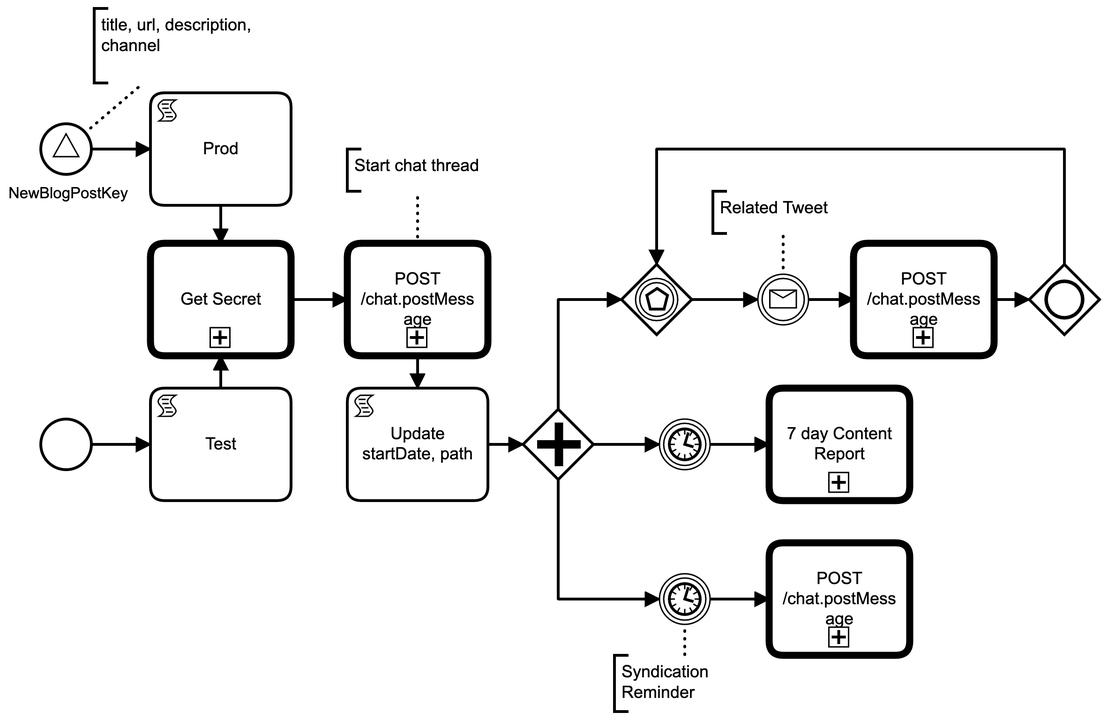
This is workflows/AnnounceBlog.png from tomlarkworthy/camunda-tools, a BPMN export, as it was before one commit. Its source is kept beside it as workflows/AnnounceBlog.bpmn. Ids are renumbered.
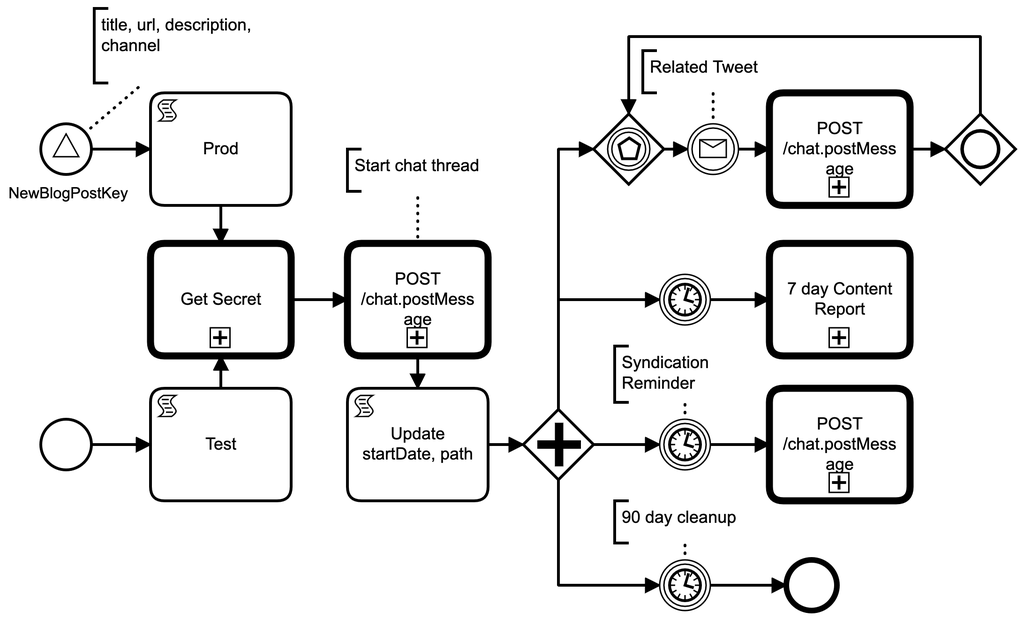
Above is the later version.

Change to the diagram source:
```diff
@@ -18,7 +18,7 @@
       <bpmn:incoming>Flow_n10</bpmn:incoming>
       <bpmn:outgoing>Flow_n11</bpmn:outgoing>
       <bpmn:timerEventDefinition id="TimerEventDefinition_n12">
-        <bpmn:timeDate xsi:type="bpmn:tFormalExpression">P3W</bpmn:timeDate>
+        <bpmn:timeDuration xsi:type="bpmn:tFormalExpression">P3W</bpmn:timeDuration>
       </bpmn:timerEventDefinition>
     </bpmn:intermediateCatchEvent>
     <bpmn:callActivity id="Activity_n13" name="POST /chat.postMessage" camunda:modelerTemplate="POST-/chat.postMessage" calledElement="ApiClient">
@@ -984,9 +984,9 @@
     execution.setVariable("channel",  "content-creators")
 }</bpmn:script>
     </bpmn:scriptTask>
-    <bpmn:eventBasedGateway id="Gateway_n22">
-      <bpmn:incoming>Flow_n23</bpmn:incoming>
+    <bpmn:eventBasedGateway id="EventGateway">
       <bpmn:incoming>Flow_n24</bpmn:incoming>
+      <bpmn:incoming>Flow_n44</bpmn:incoming>
       <bpmn:outgoing>Flow_n25</bpmn:outgoing>
     </bpmn:eventBasedGateway>
     <bpmn:intermediateCatchEvent id="Event_n26">
@@ -994,27 +994,23 @@
       <bpmn:outgoing>Flow_n20</bpmn:outgoing>
       <bpmn:messageEventDefinition id="MessageEventDefinition_n27" messageRef="Message_n28" />
     </bpmn:intermediateCatchEvent>
-    <bpmn:sequenceFlow id="Flow_n25" sourceRef="Gateway_n22" targetRef="Event_n26" />
+    <bpmn:sequenceFlow id="Flow_n25" sourceRef="EventGateway" targetRef="Event_n26" />
     <bpmn:sequenceFlow id="Flow_n20" sourceRef="Event_n26" targetRef="Activity_n19" />
     <bpmn:sequenceFlow id="Flow_n21" sourceRef="Activity_n19" targetRef="Gateway_n29" />
-    <bpmn:sequenceFlow id="Flow_n23" sourceRef="Gateway_n29" targetRef="Gateway_n22" />
-    <bpmn:inclusiveGateway id="Gateway_n29">
-      <bpmn:incoming>Flow_n21</bpmn:incoming>
-      <bpmn:outgoing>Flow_n23</bpmn:outgoing>
-    </bpmn:inclusiveGateway>
-    <bpmn:sequenceFlow id="Flow_n24" sourceRef="Gateway_n30" targetRef="Gateway_n22" />
+    <bpmn:sequenceFlow id="Flow_n24" sourceRef="Gateway_n30" targetRef="EventGateway" />
     <bpmn:parallelGateway id="Gateway_n30">
       <bpmn:incoming>Flow_n31</bpmn:incoming>
       <bpmn:outgoing>Flow_n24</bpmn:outgoing>
       <bpmn:outgoing>Flow_n10</bpmn:outgoing>
       <bpmn:outgoing>Flow_n32</bpmn:outgoing>
+      <bpmn:outgoing>Flow_n45</bpmn:outgoing>
     </bpmn:parallelGateway>
     <bpmn:sequenceFlow id="Flow_n10" sourceRef="Gateway_n30" targetRef="Event_n9" />
     <bpmn:intermediateCatchEvent id="Event_n33">
       <bpmn:incoming>Flow_n32</bpmn:incoming>
       <bpmn:outgoing>Flow_n34</bpmn:outgoing>
       <bpmn:timerEventDefinition id="TimerEventDefinition_n35">
-        <bpmn:timeDate xsi:type="bpmn:tFormalExpression">PT1S</bpmn:timeDate>
+        <bpmn:timeDuration xsi:type="bpmn:tFormalExpression">PT1S</bpmn:timeDuration>
       </bpmn:timerEventDefinition>
     </bpmn:intermediateCatchEvent>
     <bpmn:sequenceFlow id="Flow_n32" sourceRef="Gateway_n30" targetRef="Event_n33" />
@@ -1043,6 +1039,23 @@
       </bpmn:extensionElements>
       <bpmn:incoming>Flow_n34</bpmn:incoming>
     </bpmn:callActivity>
+    <bpmn:sequenceFlow id="Flow_n45" sourceRef="Gateway_n30" targetRef="Event_n46" />
+    <bpmn:intermediateCatchEvent id="Event_n46">
+      <bpmn:incoming>Flow_n45</bpmn:incoming>
+      <bpmn:outgoing>Flow_n47</bpmn:outgoing>
+      <bpmn:timerEventDefinition id="TimerEventDefinition_n48">
+        <bpmn:timeDuration xsi:type="bpmn:tFormalExpression">P90D</bpmn:timeDuration>
+      </bpmn:timerEventDefinition>
+    </bpmn:intermediateCatchEvent>
+    <bpmn:sequenceFlow id="Flow_n47" sourceRef="Event_n46" targetRef="Event_n49" />
+    <bpmn:endEvent id="Event_n49">
+      <bpmn:incoming>Flow_n47</bpmn:incoming>
+    </bpmn:endEvent>
+    <bpmn:inclusiveGateway id="Gateway_n29">
+      <bpmn:incoming>Flow_n21</bpmn:incoming>
+      <bpmn:outgoing>Flow_n44</bpmn:outgoing>
+    </bpmn:inclusiveGateway>
+    <bpmn:sequenceFlow id="Flow_n44" sourceRef="Gateway_n29" targetRef="EventGateway" />
     <bpmn:textAnnotation id="TextAnnotation_n36">
       <bpmn:text>Start chat thread</bpmn:text>
     </bpmn:textAnnotation>
@@ -1059,6 +1072,10 @@
       <bpmn:text>title, url, description, channel</bpmn:text>
     </bpmn:textAnnotation>
     <bpmn:association id="Association_n43" sourceRef="StartEvent_1" targetRef="TextAnnotation_n42" />
+    <bpmn:textAnnotation id="TextAnnotation_n50">
+      <bpmn:text>90 day cleanup</bpmn:text>
+    </bpmn:textAnnotation>
+    <bpmn:association id="Association_n51" sourceRef="Event_n46" targetRef="TextAnnotation_n50" />
   </bpmn:process>
   <bpmn:signal id="Signal_n4" name="NewBlogPostKey" />
   <bpmn:message id="Message_n28" name="TweetBlog" />
@@ -1078,14 +1095,14 @@
         <dc:Bounds x="260" y="247" width="100" height="80" />
       </bpmndi:BPMNShape>
       <bpmndi:BPMNShape id="Event_0tw23ox_di" bpmnElement="Event_n9">
-        <dc:Bounds x="622" y="482" width="36" height="36" />
+        <dc:Bounds x="622" y="372" width="36" height="36" />
       </bpmndi:BPMNShape>
       <bpmndi:BPMNShape id="Activity_n13_di" bpmnElement="Activity_n13">
-        <dc:Bounds x="700" y="460" width="100" height="80" />
+        <dc:Bounds x="700" y="350" width="100" height="80" />
       </bpmndi:BPMNShape>
       <bpmndi:BPMNEdge id="Flow_n11_di" bpmnElement="Flow_n11">
-        <di:waypoint x="658" y="500" />
-        <di:waypoint x="700" y="500" />
+        <di:waypoint x="658" y="390" />
+        <di:waypoint x="700" y="390" />
       </bpmndi:BPMNEdge>
       <bpmndi:BPMNShape id="Event_n14_di" bpmnElement="Event_n14">
         <dc:Bounds x="182" y="372" width="36" height="36" />
@@ -1109,7 +1126,7 @@
         <dc:Bounds x="400" y="247" width="100" height="80" />
       </bpmndi:BPMNShape>
       <bpmndi:BPMNShape id="Activity_n19_di" bpmnElement="Activity_n19">
-        <dc:Bounds x="760" y="247" width="100" height="80" />
+        <dc:Bounds x="700" y="140" width="100" height="80" />
       </bpmndi:BPMNShape>
       <bpmndi:BPMNEdge id="Flow_n7_di" bpmnElement="Flow_n7">
         <di:waypoint x="310" y="220" />
@@ -1118,15 +1135,15 @@
       <bpmndi:BPMNShape id="Activity_04nrckl_di" bpmnElement="SetupProd">
         <dc:Bounds x="260" y="140" width="100" height="80" />
       </bpmndi:BPMNShape>
-      <bpmndi:BPMNShape id="Gateway_1fp36e5_di" bpmnElement="Gateway_n22">
-        <dc:Bounds x="595" y="262" width="50" height="50" />
+      <bpmndi:BPMNShape id="Gateway_1fp36e5_di" bpmnElement="EventGateway">
+        <dc:Bounds x="575" y="155" width="50" height="50" />
       </bpmndi:BPMNShape>
       <bpmndi:BPMNShape id="Event_n26_di" bpmnElement="Event_n26">
-        <dc:Bounds x="692" y="269" width="36" height="36" />
+        <dc:Bounds x="642" y="162" width="36" height="36" />
       </bpmndi:BPMNShape>
       <bpmndi:BPMNEdge id="Flow_n25_di" bpmnElement="Flow_n25">
-        <di:waypoint x="645" y="287" />
-        <di:waypoint x="692" y="287" />
+        <di:waypoint x="625" y="180" />
+        <di:waypoint x="642" y="180" />
       </bpmndi:BPMNEdge>
       <bpmndi:BPMNShape id="TextAnnotation_n36_di" bpmnElement="TextAnnotation_n36">
         <dc:Bounds x="400" y="180" width="100" height="30" />
@@ -1136,59 +1153,50 @@
         <di:waypoint x="450" y="210" />
       </bpmndi:BPMNEdge>
       <bpmndi:BPMNShape id="TextAnnotation_n38_di" bpmnElement="TextAnnotation_n38">
-        <dc:Bounds x="660" y="210" width="100" height="30" />
+        <dc:Bounds x="610" y="110" width="100" height="30" />
       </bpmndi:BPMNShape>
       <bpmndi:BPMNEdge id="Association_n39_di" bpmnElement="Association_n39">
-        <di:waypoint x="710" y="269" />
-        <di:waypoint x="710" y="240" />
+        <di:waypoint x="660" y="162" />
+        <di:waypoint x="660" y="140" />
       </bpmndi:BPMNEdge>
       <bpmndi:BPMNShape id="TextAnnotation_n40_di" bpmnElement="TextAnnotation_n40">
-        <dc:Bounds x="590" y="540" width="100" height="40" />
+        <dc:Bounds x="590" y="320" width="100" height="40" />
       </bpmndi:BPMNShape>
       <bpmndi:BPMNEdge id="Association_n41_di" bpmnElement="Association_n41">
-        <di:waypoint x="640" y="518" />
-        <di:waypoint x="640" y="540" />
+        <di:waypoint x="640" y="372" />
+        <di:waypoint x="640" y="360" />
       </bpmndi:BPMNEdge>
       <bpmndi:BPMNEdge id="Flow_n20_di" bpmnElement="Flow_n20">
-        <di:waypoint x="728" y="287" />
-        <di:waypoint x="760" y="287" />
+        <di:waypoint x="678" y="180" />
+        <di:waypoint x="700" y="180" />
       </bpmndi:BPMNEdge>
       <bpmndi:BPMNEdge id="Flow_n21_di" bpmnElement="Flow_n21">
-        <di:waypoint x="860" y="287" />
-        <di:waypoint x="885" y="287" />
-      </bpmndi:BPMNEdge>
-      <bpmndi:BPMNEdge id="Flow_n23_di" bpmnElement="Flow_n23">
-        <di:waypoint x="910" y="262" />
-        <di:waypoint x="910" y="180" />
-        <di:waypoint x="620" y="180" />
-        <di:waypoint x="620" y="262" />
-      </bpmndi:BPMNEdge>
-      <bpmndi:BPMNShape id="Gateway_18u6c9j_di" bpmnElement="Gateway_n29">
-        <dc:Bounds x="885" y="262" width="50" height="50" />
-      </bpmndi:BPMNShape>
+        <di:waypoint x="800" y="180" />
+        <di:waypoint x="825" y="180" />
+      </bpmndi:BPMNEdge>
       <bpmndi:BPMNEdge id="Flow_n24_di" bpmnElement="Flow_n24">
         <di:waypoint x="550" y="365" />
-        <di:waypoint x="550" y="287" />
-        <di:waypoint x="595" y="287" />
+        <di:waypoint x="550" y="180" />
+        <di:waypoint x="575" y="180" />
       </bpmndi:BPMNEdge>
       <bpmndi:BPMNShape id="Gateway_1sxnrf1_di" bpmnElement="Gateway_n30">
         <dc:Bounds x="525" y="365" width="50" height="50" />
       </bpmndi:BPMNShape>
       <bpmndi:BPMNEdge id="Flow_n10_di" bpmnElement="Flow_n10">
-        <di:waypoint x="550" y="415" />
-        <di:waypoint x="550" y="500" />
-        <di:waypoint x="622" y="500" />
-      </bpmndi:BPMNEdge>
-      <bpmndi:BPMNShape id="Event_n33_di" bpmnElement="Event_n33">
-        <dc:Bounds x="622" y="372" width="36" height="36" />
-      </bpmndi:BPMNShape>
-      <bpmndi:BPMNEdge id="Flow_n32_di" bpmnElement="Flow_n32">
         <di:waypoint x="575" y="390" />
         <di:waypoint x="622" y="390" />
       </bpmndi:BPMNEdge>
+      <bpmndi:BPMNShape id="Event_n33_di" bpmnElement="Event_n33">
+        <dc:Bounds x="622" y="269" width="36" height="36" />
+      </bpmndi:BPMNShape>
+      <bpmndi:BPMNEdge id="Flow_n32_di" bpmnElement="Flow_n32">
+        <di:waypoint x="550" y="365" />
+        <di:waypoint x="550" y="287" />
+        <di:waypoint x="622" y="287" />
+      </bpmndi:BPMNEdge>
       <bpmndi:BPMNEdge id="Flow_n34_di" bpmnElement="Flow_n34">
-        <di:waypoint x="658" y="390" />
-        <di:waypoint x="700" y="390" />
+        <di:waypoint x="658" y="287" />
+        <di:waypoint x="700" y="287" />
       </bpmndi:BPMNEdge>
       <bpmndi:BPMNShape id="Activity_0ma0yvk_di" bpmnElement="updateStartDate">
         <dc:Bounds x="400" y="350" width="100" height="80" />
@@ -1202,7 +1210,7 @@
         <di:waypoint x="525" y="390" />
       </bpmndi:BPMNEdge>
       <bpmndi:BPMNShape id="Activity_163t1wt_di" bpmnElement="contentReport">
-        <dc:Bounds x="700" y="350" width="100" height="80" />
+        <dc:Bounds x="700" y="247" width="100" height="80" />
       </bpmndi:BPMNShape>
       <bpmndi:BPMNShape id="TextAnnotation_n42_di" bpmnElement="TextAnnotation_n42">
         <dc:Bounds x="220" y="80" width="130" height="53" />
@@ -1211,6 +1219,37 @@
         <di:waypoint x="214" y="168" />
         <di:waypoint x="255" y="133" />
       </bpmndi:BPMNEdge>
+      <bpmndi:BPMNEdge id="Flow_n45_di" bpmnElement="Flow_n45">
+        <di:waypoint x="550" y="415" />
+        <di:waypoint x="550" y="490" />
+        <di:waypoint x="622" y="490" />
+      </bpmndi:BPMNEdge>
+      <bpmndi:BPMNShape id="Event_0xc6in5_di" bpmnElement="Event_n46">
+        <dc:Bounds x="622" y="472" width="36" height="36" />
+      </bpmndi:BPMNShape>
+      <bpmndi:BPMNEdge id="Flow_n47_di" bpmnElement="Flow_n47">
+        <di:waypoint x="658" y="490" />
+        <di:waypoint x="712" y="490" />
+      </bpmndi:BPMNEdge>
+      <bpmndi:BPMNShape id="TextAnnotation_n50_di" bpmnElement="TextAnnotation_n50">
+        <dc:Bounds x="590" y="430" width="100" height="30" />
+      </bpmndi:BPMNShape>
+      <bpmndi:BPMNEdge id="Association_n51_di" bpmnElement="Association_n51">
+        <di:waypoint x="640" y="472" />
+        <di:waypoint x="640" y="460" />
+      </bpmndi:BPMNEdge>
+      <bpmndi:BPMNShape id="Event_0uee2bc_di" bpmnElement="Event_n49">
+        <dc:Bounds x="712" y="472" width="36" height="36" />
+      </bpmndi:BPMNShape>
+      <bpmndi:BPMNShape id="Gateway_18u6c9j_di" bpmnElement="Gateway_n29">
+        <dc:Bounds x="825" y="155" width="50" height="50" />
+      </bpmndi:BPMNShape>
+      <bpmndi:BPMNEdge id="Flow_n44_di" bpmnElement="Flow_n44">
+        <di:waypoint x="850" y="155" />
+        <di:waypoint x="850" y="100" />
+        <di:waypoint x="600" y="100" />
+        <di:waypoint x="600" y="155" />
+      </bpmndi:BPMNEdge>
     </bpmndi:BPMNPlane>
   </bpmndi:BPMNDiagram>
 </bpmn:definitions>
```
